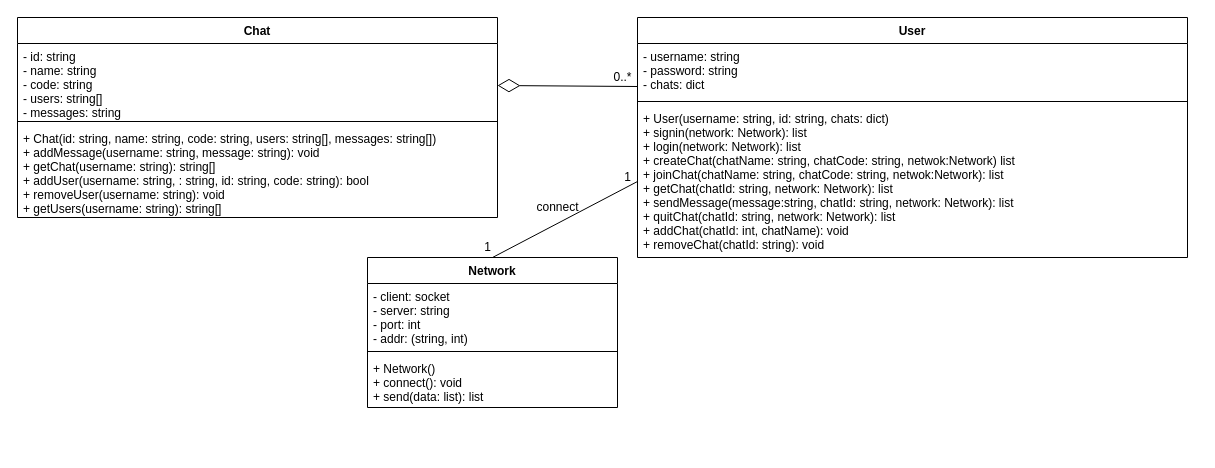
Earlier version of the draw.io diagram HowdyProject/UML/ClassDiagram.drawio (Mo27x/pyclan). Source tidied: cells renumbered, new cells numbered last; positions are measured from the earlier drawing's top-left corner, leaving out a move shared by most shapes. Both pictures are drawn from the tidied source at 100%, with x=0, y=0 at pixel (17, 17).
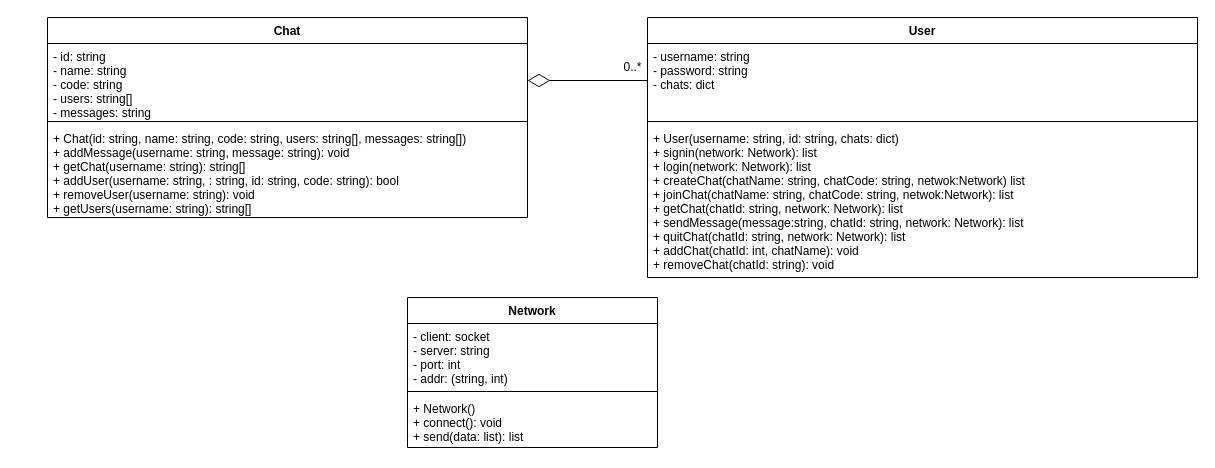
The same diagram, later.

Unchanged cells that the change refers to:
```xml
<mxCell id="7" value="- id: string&#10;- name: string&#10;- code: string&#10;- users: string[]&#10;- messages: string" style="text;strokeColor=none;fillColor=none;align=left;verticalAlign=top;spacingLeft=4;spacingRight=4;overflow=hidden;points=[[0,0.5],[1,0.5]];portConstraint=eastwest;" parent="6" vertex="1">
  <mxGeometry y="26" width="480" height="74" as="geometry" />
</mxCell>
```

The edit, as a diff of the source:
```diff
@@
     <mxCell id="2" value="User" style="swimlane;fontStyle=1;align=center;verticalAlign=top;horizontal=1;startSize=26;" parent="1" vertex="1">
-      <mxGeometry x="620" width="550" height="240" as="geometry" />
+      <mxGeometry x="630" width="550" height="260" as="geometry" />
     </mxCell>
     <mxCell id="3" value="- username: string&#10;- password: string&#10;- chats: dict" style="text;strokeColor=none;fillColor=none;align=left;verticalAlign=top;spacingLeft=4;spacingRight=4;overflow=hidden;points=[[0,0.5],[1,0.5]];portConstraint=eastwest;" parent="2" vertex="1">
-      <mxGeometry y="26" width="550" height="54" as="geometry" />
+      <mxGeometry y="26" width="550" height="74" as="geometry" />
     </mxCell>
     <mxCell id="4" style="line;strokeWidth=1;fillColor=none;align=left;verticalAlign=middle;spacingTop=-1;spacingLeft=3;spacingRight=3;labelPosition=right;" parent="2" vertex="1">
-      <mxGeometry y="80" width="550" height="8" as="geometry" />
+      <mxGeometry y="100" width="550" height="8" as="geometry" />
     </mxCell>
     <mxCell id="5" value="+ User(username: string, id: string, chats: dict)&#10;+ signin(network: Network): list&#10;+ login(network: Network): list&#10;+ createChat(chatName: string, chatCode: string, netwok:Network) list&#10;+ joinChat(chatName: string, chatCode: string, netwok:Network): list&#10;+ getChat(chatId: string, network: Network): list&#10;+ sendMessage(message:string, chatId: string, network: Network): list&#10;+ quitChat(chatId: string, network: Network): list&#10;+ addChat(chatId: int, chatName): void&#10;+ removeChat(chatId: string): void" style="text;strokeColor=none;fillColor=none;align=left;verticalAlign=top;spacingLeft=4;spacingRight=4;overflow=hidden;points=[[0,0.5],[1,0.5]];portConstraint=eastwest;" parent="2" vertex="1">
-      <mxGeometry y="88" width="550" height="152" as="geometry" />
+      <mxGeometry y="108" width="550" height="152" as="geometry" />
     </mxCell>
     <mxCell id="6" value="Chat" style="swimlane;fontStyle=1;align=center;verticalAlign=top;horizontal=1;startSize=26;" parent="1" vertex="1">
-      <mxGeometry width="480" height="200" as="geometry" />
+      <mxGeometry x="30" width="480" height="200" as="geometry" />
     </mxCell>
@@
     <mxCell id="10" value="Network" style="swimlane;fontStyle=1;align=center;verticalAlign=top;horizontal=1;startSize=26;" parent="1" vertex="1">
-      <mxGeometry x="350" y="240" width="250" height="150" as="geometry" />
+      <mxGeometry x="390" y="280" width="250" height="150" as="geometry" />
     </mxCell>
@@
-    <mxCell id="14" style="endArrow=none;html=1;exitX=0.5;exitY=0;exitDx=0;exitDy=0;entryX=0;entryY=0.5;entryDx=0;entryDy=0;endFill=0;startArrow=none;startFill=0;startSize=20;" parent="1" edge="1" source="10" target="5">
-      <mxGeometry relative="1" as="geometry" />
-    </mxCell>
-    <mxCell id="15" style="endArrow=none;html=1;startSize=20;startArrow=diamondThin;startFill=0;" parent="1" edge="1">
-      <mxGeometry relative="1" as="geometry">
-        <mxPoint x="480" y="68" as="sourcePoint" />
-        <mxPoint x="620" y="69" as="targetPoint" />
-      </mxGeometry>
+    <mxCell id="15" style="endArrow=none;html=1;startSize=20;startArrow=diamondThin;startFill=0;entryX=0;entryY=0.5;entryDx=0;entryDy=0;exitX=1;exitY=0.5;exitDx=0;exitDy=0;" parent="1" edge="1" source="7" target="3">
+      <mxGeometry relative="1" as="geometry" />
     </mxCell>
-    <mxCell id="16" value="1" style="text;html=1;align=center;verticalAlign=middle;strokeColor=none;" parent="1" vertex="1">
-      <mxGeometry x="600" y="150" width="20" height="20" as="geometry" />
-    </mxCell>
     <mxCell id="17" value="0..*" style="text;html=1;align=center;verticalAlign=middle;strokeColor=none;" parent="1" vertex="1">
-      <mxGeometry x="590" y="50" width="30" height="20" as="geometry" />
+      <mxGeometry x="600" y="40" width="30" height="20" as="geometry" />
     </mxCell>
-    <mxCell id="18" value="connect" style="text;html=1;align=center;verticalAlign=middle;strokeColor=none;" parent="1" vertex="1">
-      <mxGeometry x="510" y="180" width="60" height="20" as="geometry" />
-    </mxCell>
-    <mxCell id="19" value="1" style="text;html=1;align=center;verticalAlign=middle;strokeColor=none;" parent="1" vertex="1">
-      <mxGeometry x="460" y="220" width="20" height="20" as="geometry" />
-    </mxCell>
```
